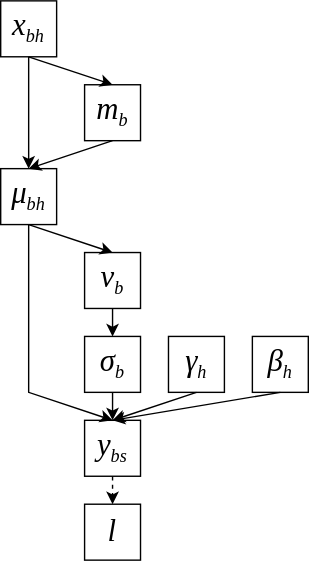
The draw.io diagram assets/img/layer_norm.svg in joshlk/robotchinwag.com, before a commit. Source tidied: cells renumbered, new cells last; positions are measured from the earlier drawing's top-left corner, leaving out a move shared by most shapes.
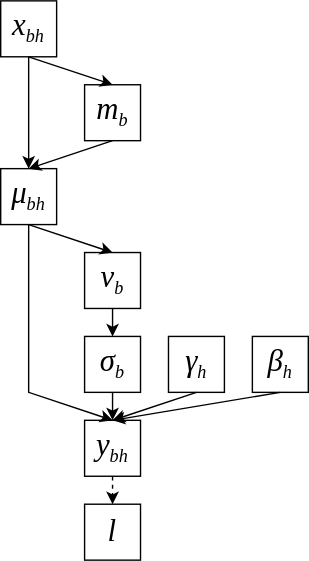
The same diagram one commit later.

Commit message:
Correct typo in layer norm graph image

What changed in the source:
```diff
@@ -17,7 +17,7 @@
     <mxCell id="6" value="&lt;font face=&quot;Times New Roman&quot;&gt;&lt;i&gt;σ&lt;sub&gt;&lt;font style=&quot;font-size: 13px;&quot;&gt;b&lt;/font&gt;&lt;/sub&gt;&lt;/i&gt;&lt;/font&gt;" style="text;html=1;strokeColor=default;fillColor=none;align=center;verticalAlign=middle;whiteSpace=wrap;rounded=0;fontSize=22;" parent="1" vertex="1">
       <mxGeometry x="60" y="240" width="40" height="40" as="geometry" />
     </mxCell>
-    <mxCell id="7" value="&lt;font face=&quot;Times New Roman&quot;&gt;&lt;i&gt;y&lt;sub&gt;&lt;font style=&quot;font-size: 13px;&quot;&gt;bs&lt;/font&gt;&lt;/sub&gt;&lt;/i&gt;&lt;/font&gt;" style="text;html=1;strokeColor=default;fillColor=none;align=center;verticalAlign=middle;whiteSpace=wrap;rounded=0;fontSize=22;" parent="1" vertex="1">
+    <mxCell id="7" value="&lt;font face=&quot;Times New Roman&quot;&gt;&lt;i&gt;y&lt;sub&gt;&lt;font style=&quot;font-size: 13px;&quot;&gt;bh&lt;/font&gt;&lt;/sub&gt;&lt;/i&gt;&lt;/font&gt;" style="text;html=1;strokeColor=default;fillColor=none;align=center;verticalAlign=middle;whiteSpace=wrap;rounded=0;fontSize=22;" parent="1" vertex="1">
       <mxGeometry x="60" y="300" width="40" height="40" as="geometry" />
     </mxCell>
     <mxCell id="8" value="&lt;font face=&quot;Times New Roman&quot;&gt;&lt;i&gt;γ&lt;sub&gt;&lt;font style=&quot;font-size: 13px;&quot;&gt;h&lt;/font&gt;&lt;/sub&gt;&lt;/i&gt;&lt;/font&gt;" style="text;html=1;strokeColor=default;fillColor=none;align=center;verticalAlign=middle;whiteSpace=wrap;rounded=0;fontSize=22;" parent="1" vertex="1">
```
